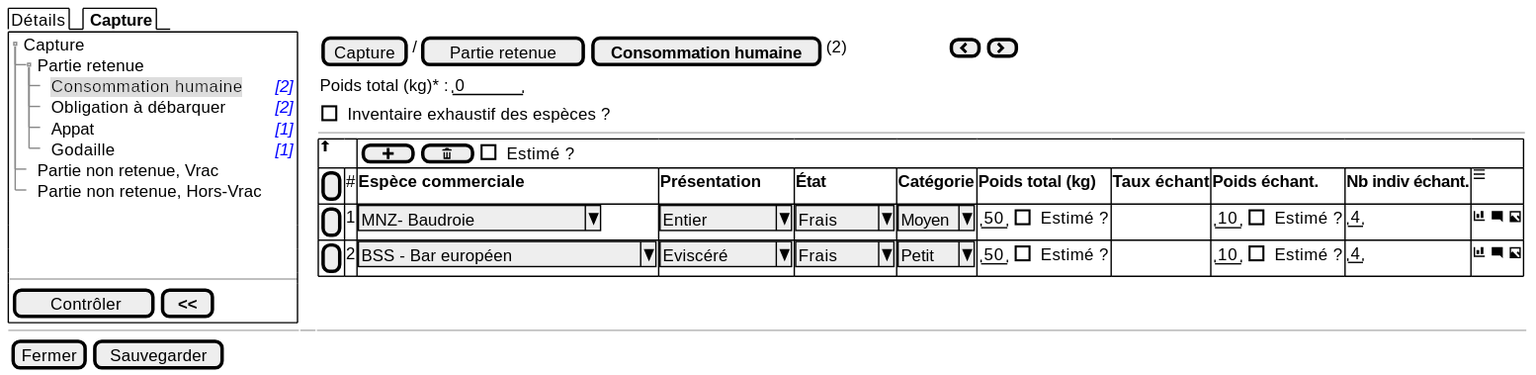
Above: projects/obsmer/spe/images/batch/batch-tree-PR-HCN.svg in sumaris-net/sumaris-doc (PlantUML), before the change. Its source is kept beside it as projects/obsmer/spe/images/batch/batch-tree-PR-HCN.puml.
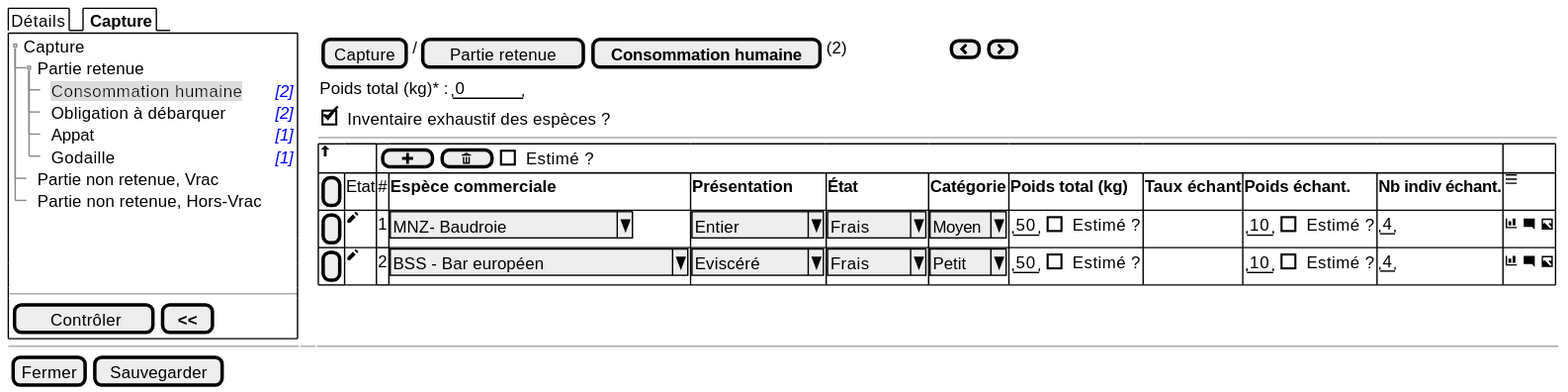
The same diagram one commit later.

The edit, as a diff of the source:
```diff
@@ -24,13 +24,13 @@
 
     {Poids total (kg)* : | " 0    " }
 
-    { [ ] Inventaire exhaustif des espèces ? }
+    { [X] Inventaire exhaustif des espèces ? }
     ---
     {#
           <&arrow-thick-top> | *  | {[ <&plus> ] | [ <&trash> ] | [ ] Estimé ? } | * | * | * | * | * | * | * | *
-          [ ] | # | <b>Espèce commerciale  | <b>Présentation | <b>État | <b>Catégorie | <b>Poids total (kg)     |  <b>Taux échant  | <b>Poids échant. | <b>Nb indiv échant. | <&menu>
-          [ ] | 1 | ^MNZ- Baudroie       ^ | ^ Entier   ^ | ^ Frais ^ | ^Moyen^ | { "50" | [ ] Estimé ? } |  .   |   { "10" | [ ] Estimé ? }          | "4" | <&bar-chart> <&comment-square> <&image>
-          [ ] | 2 | ^BSS - Bar européen       ^ | ^ Eviscéré ^ | ^ Frais ^ | ^Petit^ | { "50" | [ ] Estimé ? }  |  .   |   { "10" | [ ] Estimé ? }          | "4" | <&bar-chart> <&comment-square> <&image>
+          [ ] | Etat |# | <b>Espèce commerciale  | <b>Présentation | <b>État | <b>Catégorie | <b>Poids total (kg)     |  <b>Taux échant  | <b>Poids échant. | <b>Nb indiv échant. | <&menu>
+          [ ] | <&pencil> | 1 | ^MNZ- Baudroie       ^ | ^ Entier   ^ | ^ Frais ^ | ^Moyen^ | { "50" | [ ] Estimé ? } |  .   |   { "10" | [ ] Estimé ? }          | "4" | <&bar-chart> <&comment-square> <&image>
+          [ ] | <&pencil> | 2 | ^BSS - Bar européen       ^ | ^ Eviscéré ^ | ^ Frais ^ | ^Petit^ | { "50" | [ ] Estimé ? }  |  .   |   { "10" | [ ] Estimé ? }          | "4" | <&bar-chart> <&comment-square> <&image>
         }
   }
 
```
